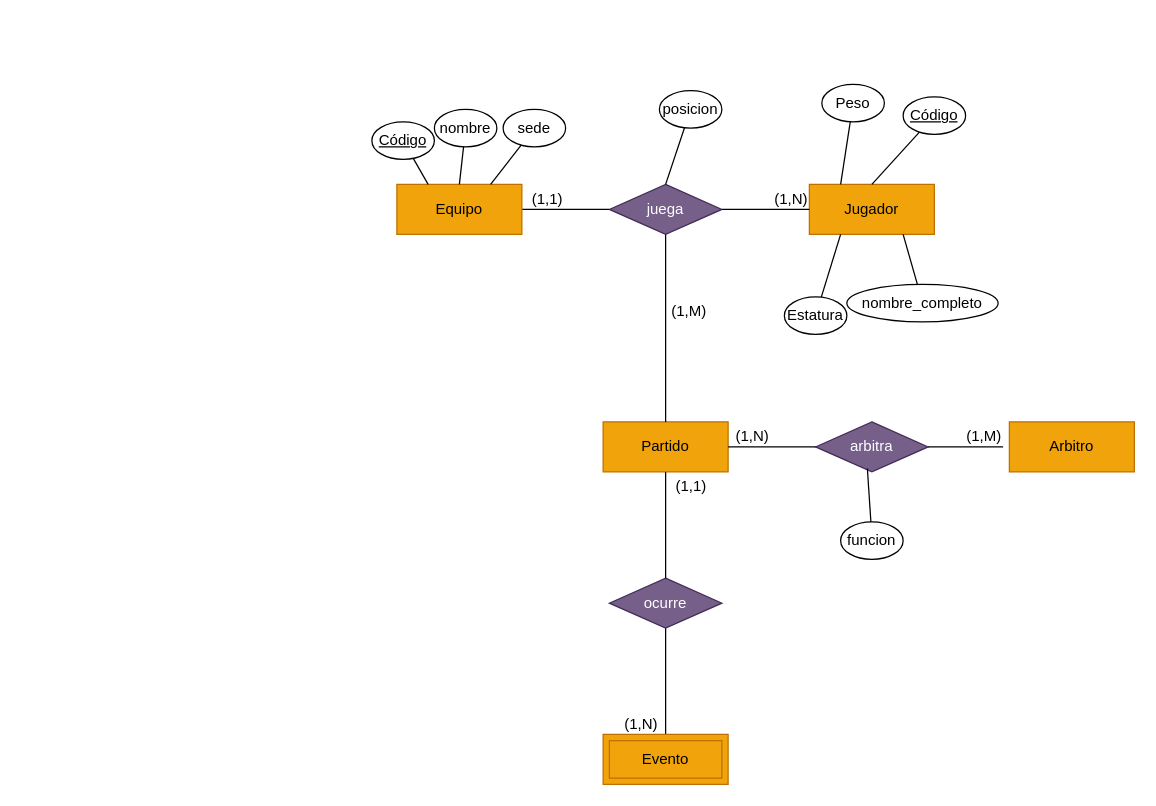
IsmaelBJ07/BaseDatos keeps this draw.io diagram as Ejercicios/drawejer_22_r2t2.drawio. Above is the earlier version. Source tidied: cells renumbered, new cells numbered last; positions are measured from the earlier drawing's top-left corner, leaving out a move shared by most shapes. Both pictures are drawn from the tidied source at 125%, with x=0, y=0 at pixel (371, 84).
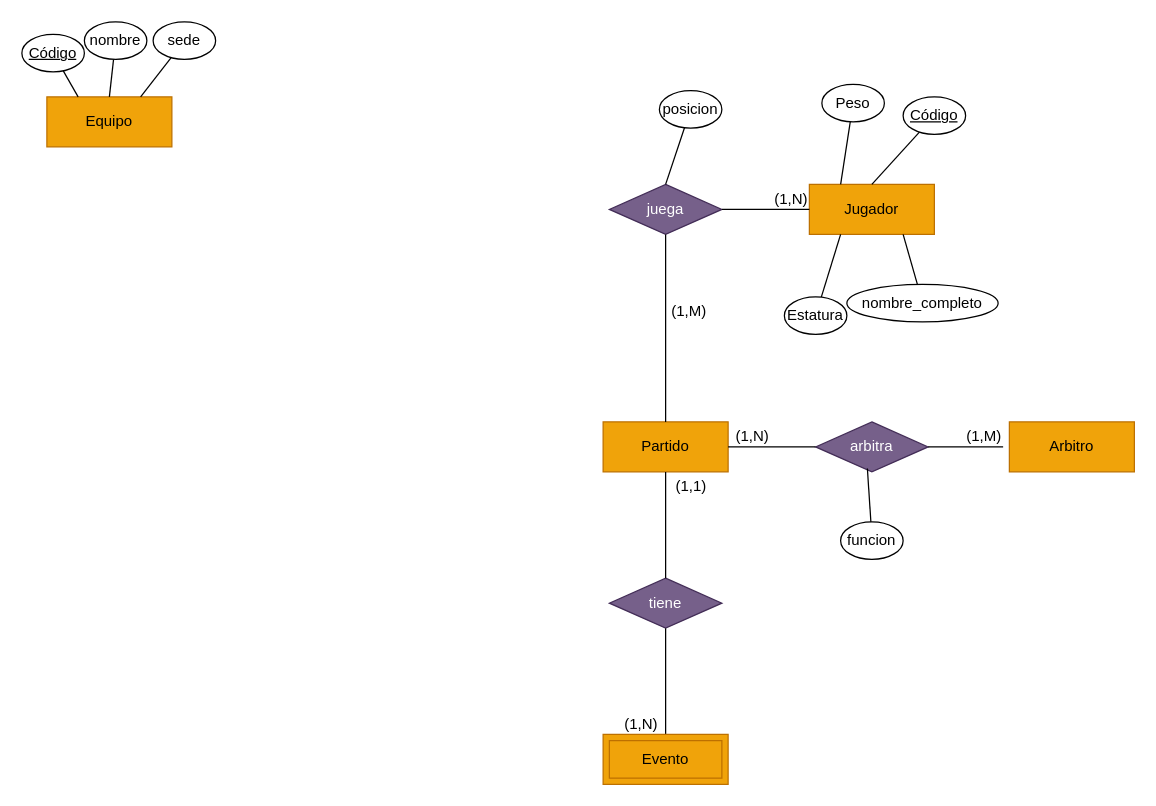
The same diagram, later.

The change refers to these unchanged cells:
```xml
<mxCell id="4" value="juega" style="shape=rhombus;perimeter=rhombusPerimeter;whiteSpace=wrap;html=1;align=center;fillColor=#76608a;fontColor=#ffffff;strokeColor=#432D57;" parent="1" vertex="1">
  <mxGeometry x="190" y="80" width="90" height="40" as="geometry" />
</mxCell>
```

Change to the diagram source:
```diff
@@
-    <mxCell id="5" style="endArrow=none;html=1;rounded=0;exitX=0;exitY=0.5;exitDx=0;exitDy=0;" parent="1" edge="1" source="4">
-      <mxGeometry relative="1" as="geometry">
-        <mxPoint x="120" y="100" as="targetPoint" />
-      </mxGeometry>
-    </mxCell>
-    <mxCell id="6" value="(1,1)" style="html=1;whiteSpace=wrap;align=right;verticalAlign=bottom;" parent="5" vertex="1">
-      <mxGeometry x="1" relative="1" as="geometry">
-        <mxPoint x="34" as="offset" />
-      </mxGeometry>
-    </mxCell>
@@
     <mxCell id="9" value="Equipo" style="whiteSpace=wrap;html=1;align=center;fillColor=#f0a30a;strokeColor=#BD7000;fontColor=#000000;" parent="1" vertex="1">
-      <mxGeometry x="20" y="80" width="100" height="40" as="geometry" />
+      <mxGeometry x="-260" y="10" width="100" height="40" as="geometry" />
     </mxCell>
@@
     <mxCell id="21" value="&lt;u&gt;Código&lt;/u&gt;" style="ellipse;whiteSpace=wrap;html=1;align=center;" parent="1" vertex="1">
-      <mxGeometry y="30" width="50" height="30" as="geometry" />
+      <mxGeometry x="-280" y="-40" width="50" height="30" as="geometry" />
     </mxCell>
     <mxCell id="22" style="endArrow=none;html=1;rounded=0;exitX=0.75;exitY=0;exitDx=0;exitDy=0;" parent="1" edge="1" target="23">
       <mxGeometry relative="1" as="geometry">
-        <mxPoint x="70" y="80" as="sourcePoint" />
+        <mxPoint x="-210" y="10" as="sourcePoint" />
       </mxGeometry>
     </mxCell>
     <mxCell id="23" value="nombre" style="ellipse;whiteSpace=wrap;html=1;align=center;" parent="1" vertex="1">
-      <mxGeometry x="50" y="20" width="50" height="30" as="geometry" />
+      <mxGeometry x="-230" y="-50" width="50" height="30" as="geometry" />
     </mxCell>
@@
     <mxCell id="25" value="sede" style="ellipse;whiteSpace=wrap;html=1;align=center;" parent="1" vertex="1">
-      <mxGeometry x="105" y="20" width="50" height="30" as="geometry" />
+      <mxGeometry x="-175" y="-50" width="50" height="30" as="geometry" />
     </mxCell>
-    <mxCell id="26" value="ocurre" style="shape=rhombus;perimeter=rhombusPerimeter;whiteSpace=wrap;html=1;align=center;fillColor=#76608a;fontColor=#ffffff;strokeColor=#432D57;" parent="1" vertex="1">
+    <mxCell id="26" value="tiene" style="shape=rhombus;perimeter=rhombusPerimeter;whiteSpace=wrap;html=1;align=center;fillColor=#76608a;fontColor=#ffffff;strokeColor=#432D57;" parent="1" vertex="1">
       <mxGeometry x="190" y="395" width="90" height="40" as="geometry" />
     </mxCell>
```
